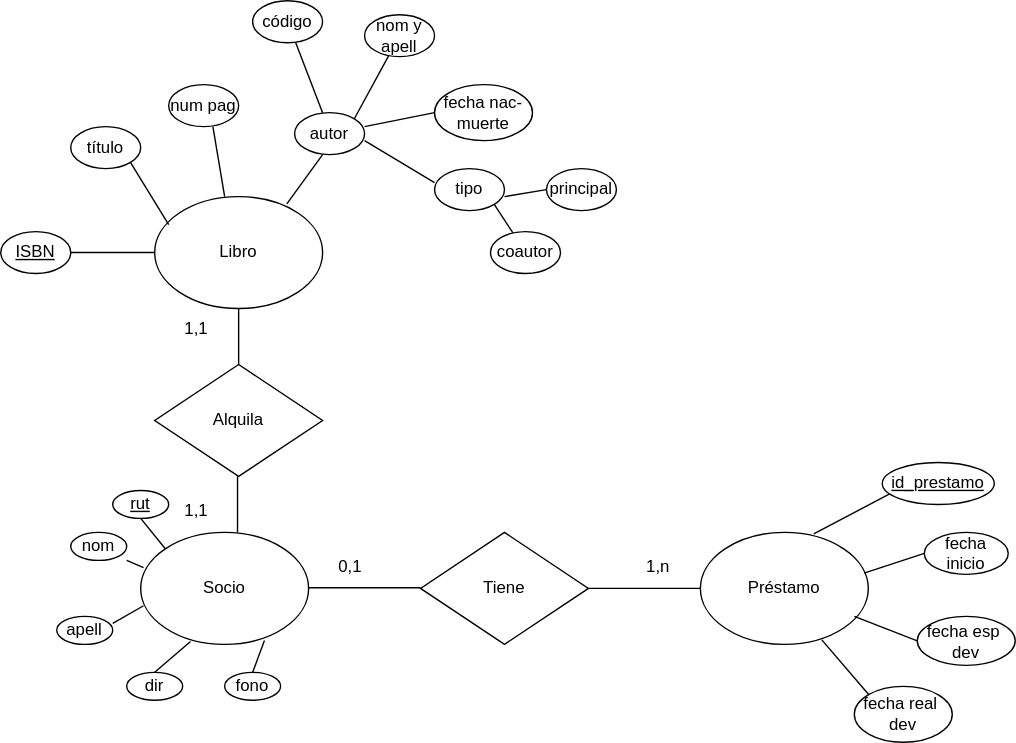
Before: modelo conceptual.drawio.svg, a diagram exported from draw.io (FranSantander/-Biblioteca). Source tidied: cells renumbered, new cells last; positions are measured from the earlier drawing's top-left corner, leaving out a move shared by most shapes.
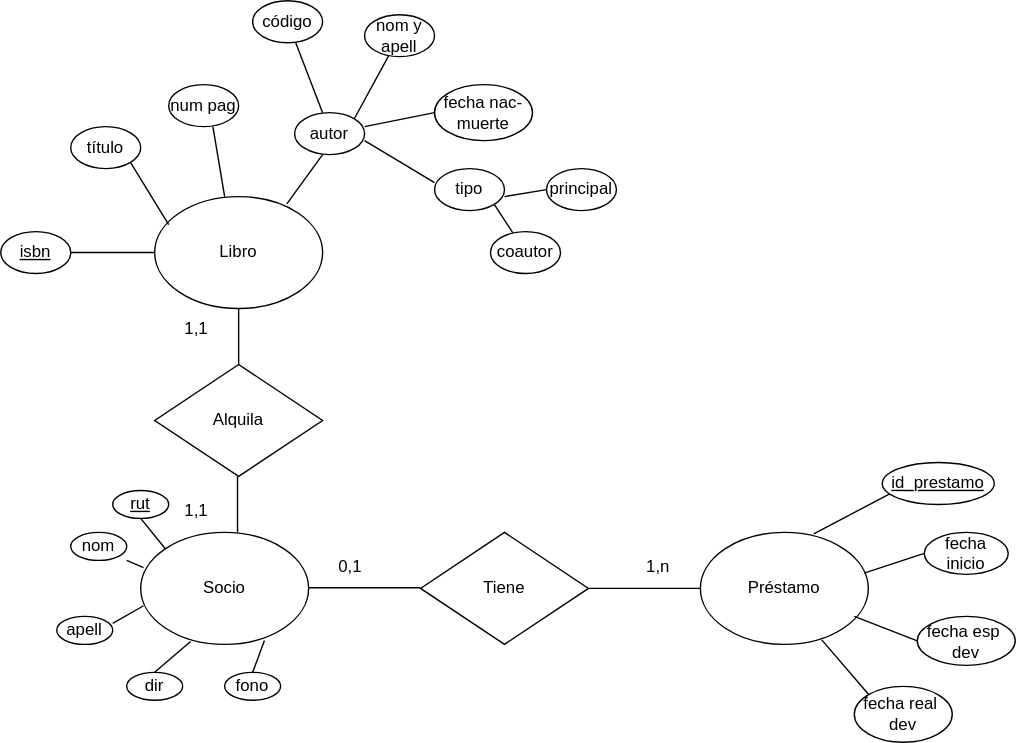
Above is the later version.

Diff of the diagram source:
```diff
@@ -11,7 +11,7 @@
     <mxCell id="4" value="Préstamo" style="ellipse;whiteSpace=wrap;html=1;" parent="1" vertex="1">
       <mxGeometry x="500" y="380" width="120" height="80" as="geometry" />
     </mxCell>
-    <mxCell id="5" value="&lt;u&gt;ISBN&lt;/u&gt;" style="ellipse;whiteSpace=wrap;html=1;" parent="1" vertex="1">
+    <mxCell id="5" value="&lt;u&gt;isbn&lt;/u&gt;" style="ellipse;whiteSpace=wrap;html=1;" parent="1" vertex="1">
       <mxGeometry y="165" width="50" height="30" as="geometry" />
     </mxCell>
     <mxCell id="6" value="título" style="ellipse;whiteSpace=wrap;html=1;" parent="1" vertex="1">
```
